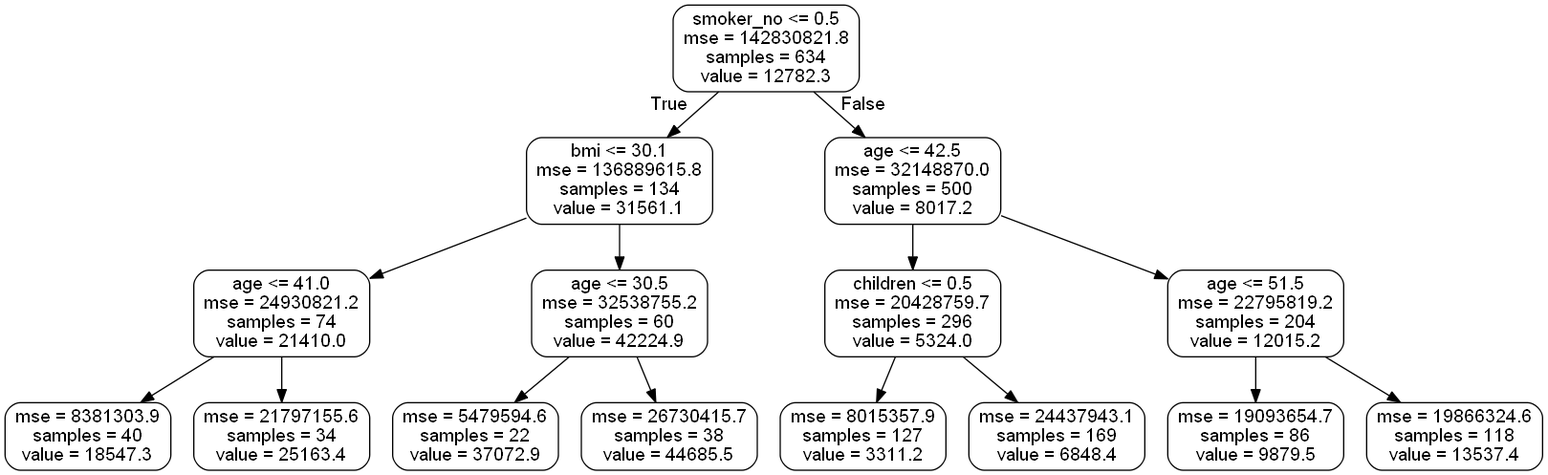
Earlier version of the Graphviz export small_tree.png (jasonzelaya/Health-Insurance-Cost-Forecast). Its source is kept beside it as small_tree.dot.
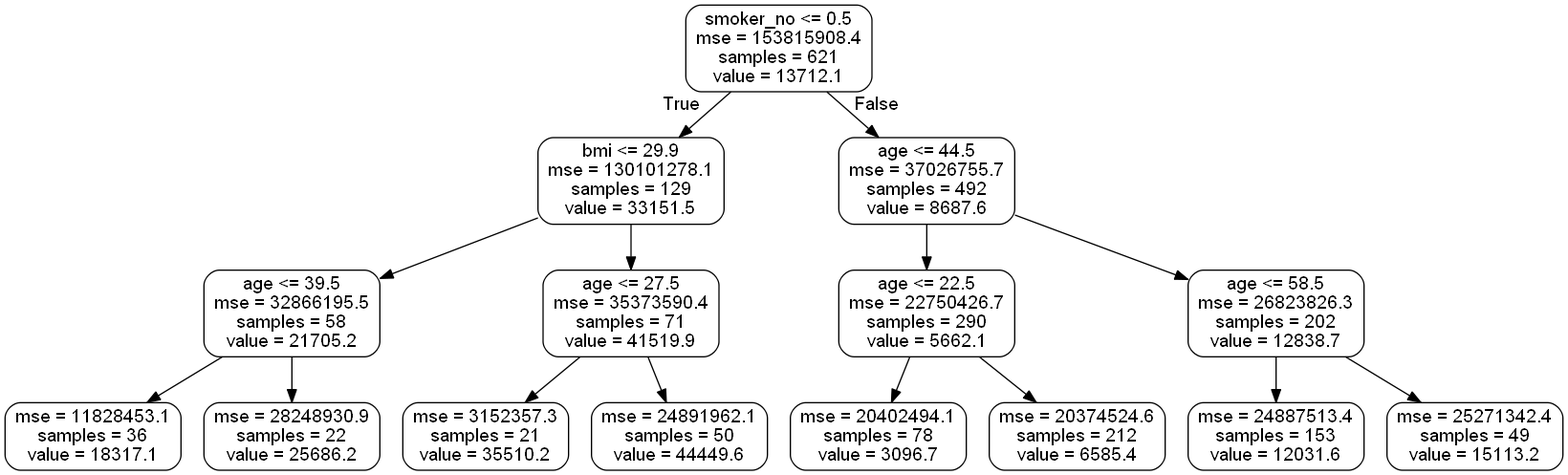
The same file after the commit.

What changed in the source:
```diff
@@ -1,33 +1,33 @@
 digraph Tree {
 node [shape=box, style="rounded", color="black", fontname=helvetica] ;
 edge [fontname=helvetica] ;
-0 [label="smoker_no <= 0.5\nmse = 142830821.8\nsamples = 634\nvalue = 12782.3"] ;
-1 [label="bmi <= 30.1\nmse = 136889615.8\nsamples = 134\nvalue = 31561.1"] ;
+0 [label="smoker_no <= 0.5\nmse = 153815908.4\nsamples = 621\nvalue = 13712.1"] ;
+1 [label="bmi <= 29.9\nmse = 130101278.1\nsamples = 129\nvalue = 33151.5"] ;
 0 -> 1 [labeldistance=2.5, labelangle=45, headlabel="True"] ;
-2 [label="age <= 41.0\nmse = 24930821.2\nsamples = 74\nvalue = 21410.0"] ;
+2 [label="age <= 39.5\nmse = 32866195.5\nsamples = 58\nvalue = 21705.2"] ;
 1 -> 2 ;
-3 [label="mse = 8381303.9\nsamples = 40\nvalue = 18547.3"] ;
+3 [label="mse = 11828453.1\nsamples = 36\nvalue = 18317.1"] ;
 2 -> 3 ;
-4 [label="mse = 21797155.6\nsamples = 34\nvalue = 25163.4"] ;
+4 [label="mse = 28248930.9\nsamples = 22\nvalue = 25686.2"] ;
 2 -> 4 ;
-5 [label="age <= 30.5\nmse = 32538755.2\nsamples = 60\nvalue = 42224.9"] ;
+5 [label="age <= 27.5\nmse = 35373590.4\nsamples = 71\nvalue = 41519.9"] ;
 1 -> 5 ;
-6 [label="mse = 5479594.6\nsamples = 22\nvalue = 37072.9"] ;
+6 [label="mse = 3152357.3\nsamples = 21\nvalue = 35510.2"] ;
 5 -> 6 ;
-7 [label="mse = 26730415.7\nsamples = 38\nvalue = 44685.5"] ;
+7 [label="mse = 24891962.1\nsamples = 50\nvalue = 44449.6"] ;
 5 -> 7 ;
-8 [label="age <= 42.5\nmse = 32148870.0\nsamples = 500\nvalue = 8017.2"] ;
+8 [label="age <= 44.5\nmse = 37026755.7\nsamples = 492\nvalue = 8687.6"] ;
 0 -> 8 [labeldistance=2.5, labelangle=-45, headlabel="False"] ;
-9 [label="children <= 0.5\nmse = 20428759.7\nsamples = 296\nvalue = 5324.0"] ;
+9 [label="age <= 22.5\nmse = 22750426.7\nsamples = 290\nvalue = 5662.1"] ;
 8 -> 9 ;
-10 [label="mse = 8015357.9\nsamples = 127\nvalue = 3311.2"] ;
+10 [label="mse = 20402494.1\nsamples = 78\nvalue = 3096.7"] ;
 9 -> 10 ;
-11 [label="mse = 24437943.1\nsamples = 169\nvalue = 6848.4"] ;
+11 [label="mse = 20374524.6\nsamples = 212\nvalue = 6585.4"] ;
 9 -> 11 ;
-12 [label="age <= 51.5\nmse = 22795819.2\nsamples = 204\nvalue = 12015.2"] ;
+12 [label="age <= 58.5\nmse = 26823826.3\nsamples = 202\nvalue = 12838.7"] ;
 8 -> 12 ;
-13 [label="mse = 19093654.7\nsamples = 86\nvalue = 9879.5"] ;
+13 [label="mse = 24887513.4\nsamples = 153\nvalue = 12031.6"] ;
 12 -> 13 ;
-14 [label="mse = 19866324.6\nsamples = 118\nvalue = 13537.4"] ;
+14 [label="mse = 25271342.4\nsamples = 49\nvalue = 15113.2"] ;
 12 -> 14 ;
 }
```
